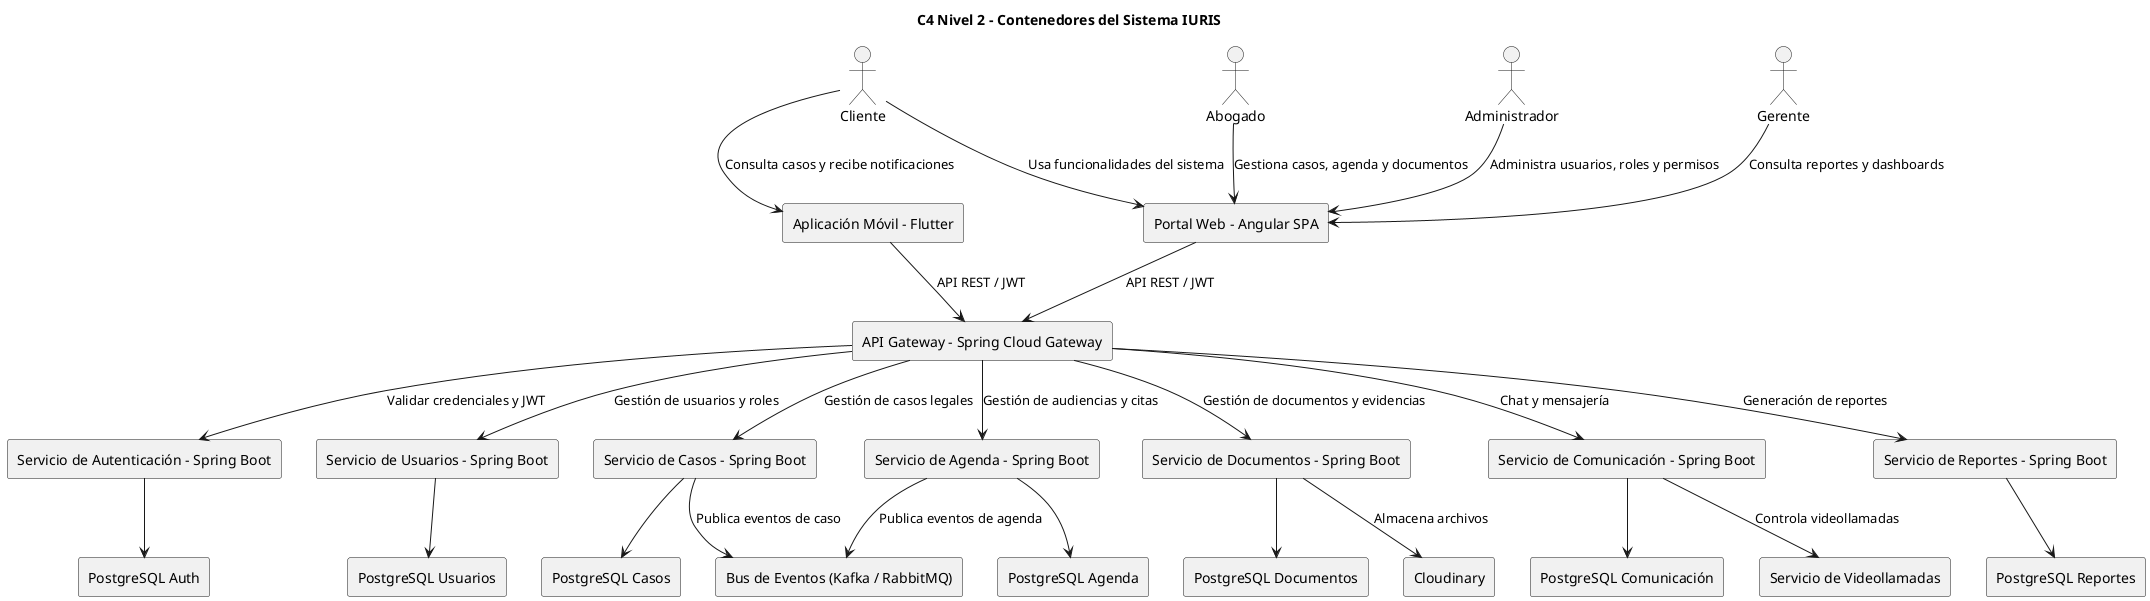
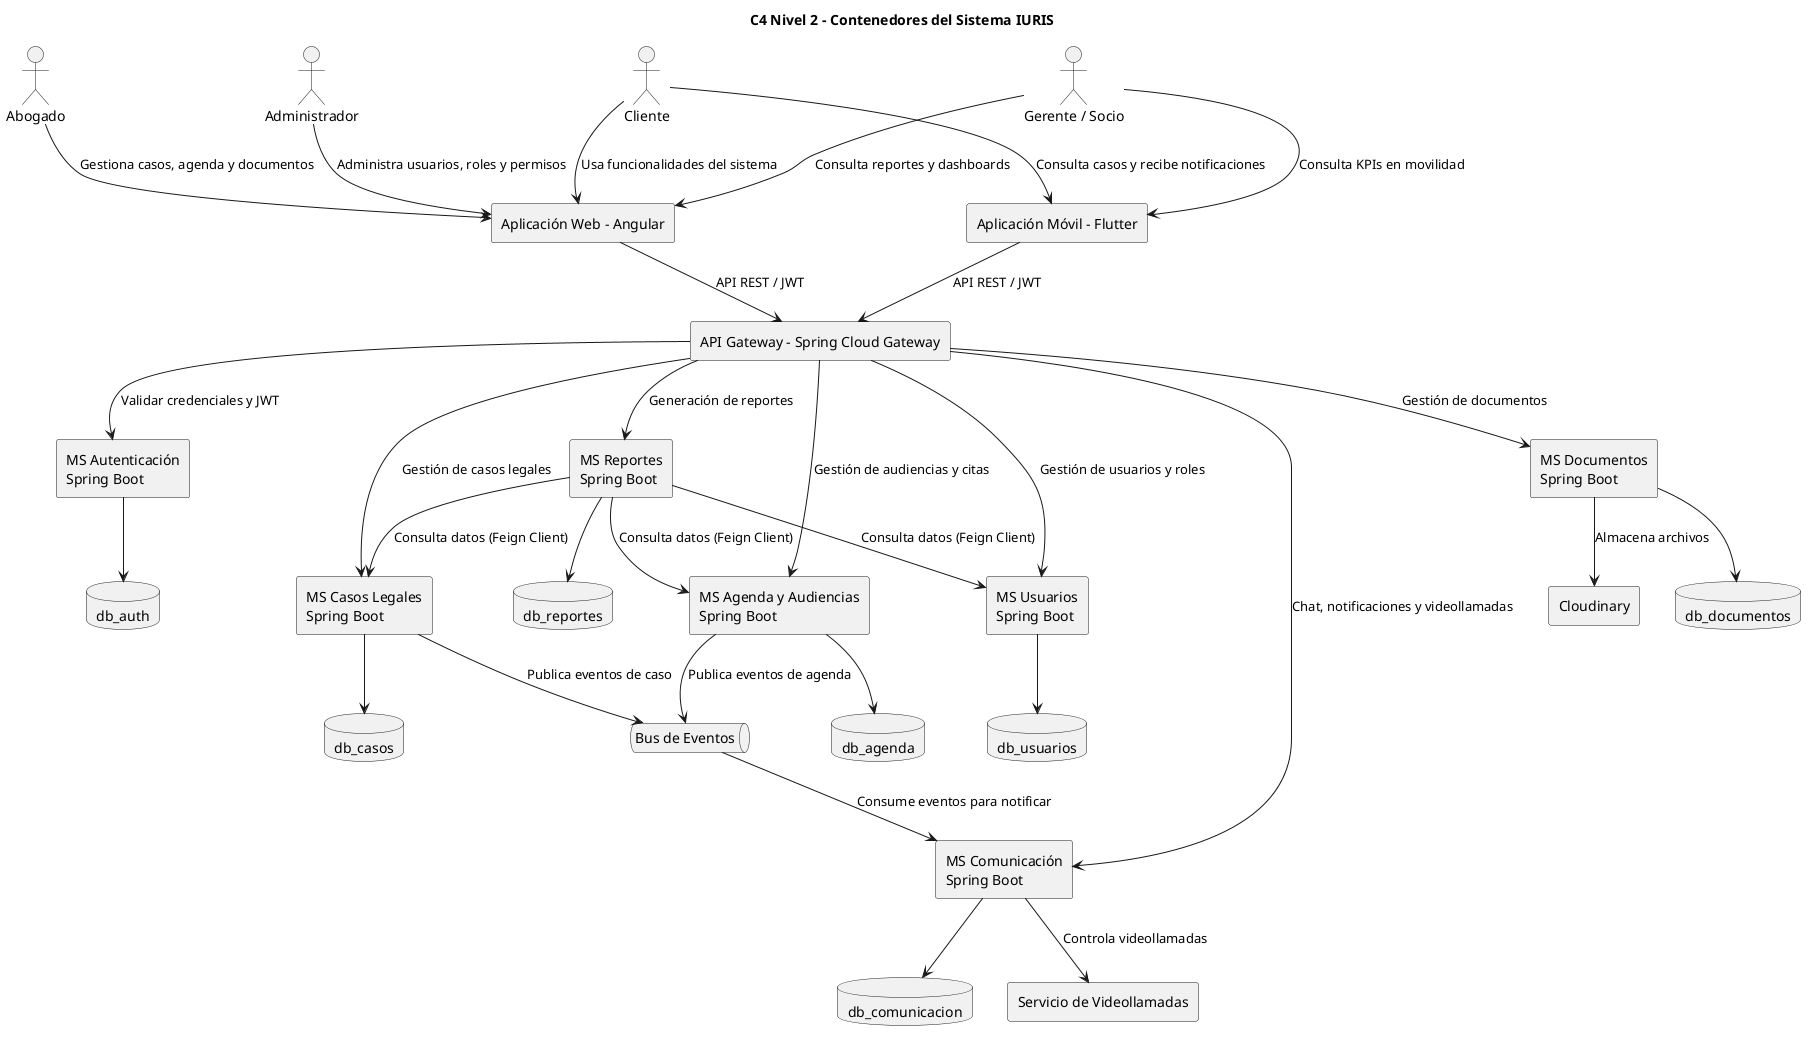
@startuml
title C4 Nivel 2 - Contenedores del Sistema IURIS

- actor Cliente
- actor Abogado
- actor Administrador
- actor Gerente
+ actor "Cliente" as Cliente
+ actor "Abogado" as Abogado
+ actor "Administrador" as Administrador
+ actor "Gerente / Socio" as Gerente

- rectangle "Portal Web - Angular SPA" as WebApp
+ rectangle "Aplicación Web - Angular" as WebApp
rectangle "Aplicación Móvil - Flutter" as MobileApp
rectangle "API Gateway - Spring Cloud Gateway" as APIGW
- rectangle "Servicio de Autenticación - Spring Boot" as AuthService
- rectangle "Servicio de Usuarios - Spring Boot" as UserService
- rectangle "Servicio de Casos - Spring Boot" as CaseService
- rectangle "Servicio de Agenda - Spring Boot" as ScheduleService
- rectangle "Servicio de Documentos - Spring Boot" as DocumentService
- rectangle "Servicio de Comunicación - Spring Boot" as CommunicationService
- rectangle "Servicio de Reportes - Spring Boot" as ReportingService

- rectangle "PostgreSQL Auth" as DBAuth
- rectangle "PostgreSQL Usuarios" as DBUser
- rectangle "PostgreSQL Casos" as DBCase
- rectangle "PostgreSQL Agenda" as DBSchedule
- rectangle "PostgreSQL Documentos" as DBDocument
- rectangle "PostgreSQL Comunicación" as DBCommunication
- rectangle "PostgreSQL Reportes" as DBReporting
+ rectangle "MS Autenticación\nSpring Boot" as MsAuth
+ rectangle "MS Usuarios\nSpring Boot" as MsUsuarios
+ rectangle "MS Casos Legales\nSpring Boot" as MsCasos
+ rectangle "MS Agenda y Audiencias\nSpring Boot" as MsAgenda
+ rectangle "MS Documentos\nSpring Boot" as MsDocumentos
+ rectangle "MS Comunicación\nSpring Boot" as MsComunicacion
+ rectangle "MS Reportes\nSpring Boot" as MsReportes
+ 
+ database "db_auth" as DBAuth
+ database "db_usuarios" as DBUsuarios
+ database "db_casos" as DBCasos
+ database "db_agenda" as DBAgenda
+ database "db_documentos" as DBDocumentos
+ database "db_comunicacion" as DBComunicacion
+ database "db_reportes" as DBReportes

rectangle "Cloudinary" as Cloudinary
rectangle "Servicio de Videollamadas" as Video
- rectangle "Bus de Eventos (Kafka / RabbitMQ)" as EventBus
+ queue "Bus de Eventos" as EventBus

Cliente --> WebApp : Usa funcionalidades del sistema
Cliente --> MobileApp : Consulta casos y recibe notificaciones
Abogado --> WebApp : Gestiona casos, agenda y documentos
Administrador --> WebApp : Administra usuarios, roles y permisos
Gerente --> WebApp : Consulta reportes y dashboards
+ Gerente --> MobileApp : Consulta KPIs en movilidad

WebApp --> APIGW : API REST / JWT
MobileApp --> APIGW : API REST / JWT

- APIGW --> AuthService : Validar credenciales y JWT
- APIGW --> UserService : Gestión de usuarios y roles
- APIGW --> CaseService : Gestión de casos legales
- APIGW --> ScheduleService : Gestión de audiencias y citas
- APIGW --> DocumentService : Gestión de documentos y evidencias
- APIGW --> CommunicationService : Chat y mensajería
- APIGW --> ReportingService : Generación de reportes
+ APIGW --> MsAuth : Validar credenciales y JWT
+ APIGW --> MsUsuarios : Gestión de usuarios y roles
+ APIGW --> MsCasos : Gestión de casos legales
+ APIGW --> MsAgenda : Gestión de audiencias y citas
+ APIGW --> MsDocumentos : Gestión de documentos
+ APIGW --> MsComunicacion : Chat, notificaciones y videollamadas
+ APIGW --> MsReportes : Generación de reportes

- AuthService --> DBAuth
- UserService --> DBUser
- CaseService --> DBCase
- ScheduleService --> DBSchedule
- DocumentService --> DBDocument
- CommunicationService --> DBCommunication
- ReportingService --> DBReporting
+ MsAuth --> DBAuth
+ MsUsuarios --> DBUsuarios
+ MsCasos --> DBCasos
+ MsAgenda --> DBAgenda
+ MsDocumentos --> DBDocumentos
+ MsComunicacion --> DBComunicacion
+ MsReportes --> DBReportes

- CaseService --> EventBus : Publica eventos de caso
- ScheduleService --> EventBus : Publica eventos de agenda
- DocumentService --> Cloudinary : Almacena archivos
- CommunicationService --> Video : Controla videollamadas
+ MsCasos --> EventBus : Publica eventos de caso
+ MsAgenda --> EventBus : Publica eventos de agenda
+ EventBus --> MsComunicacion : Consume eventos para notificar
+ 
+ MsDocumentos --> Cloudinary : Almacena archivos
+ MsComunicacion --> Video : Controla videollamadas
+ MsReportes --> MsCasos : Consulta datos (Feign Client)
+ MsReportes --> MsAgenda : Consulta datos (Feign Client)
+ MsReportes --> MsUsuarios : Consulta datos (Feign Client)

@enduml